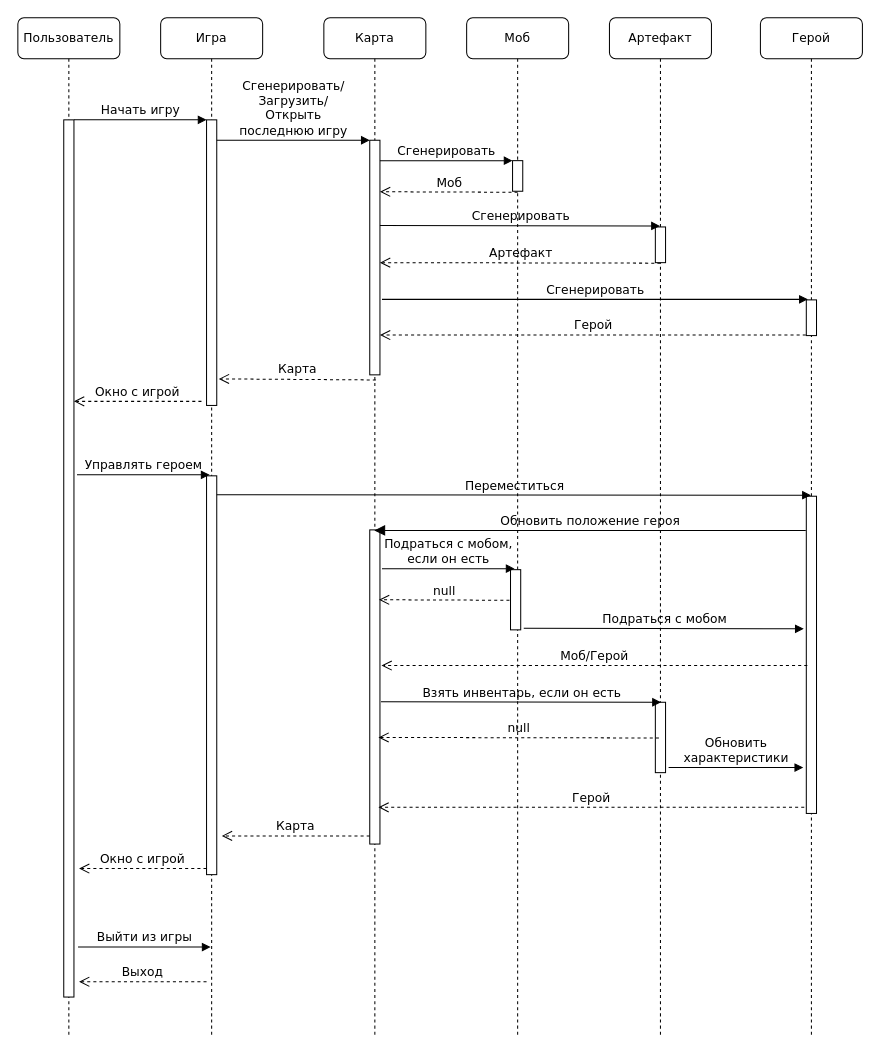
Above: docs/src/sequenceDiagram.drawio in RAF96/au-2019-Roguelike (draw.io), before the change. Source tidied: cells renumbered, new cells numbered last; positions are measured from the earlier drawing's top-left corner, leaving out a move shared by most shapes. Both pictures are drawn from the tidied source at 102%, with x=0, y=0 at pixel (17, 17).
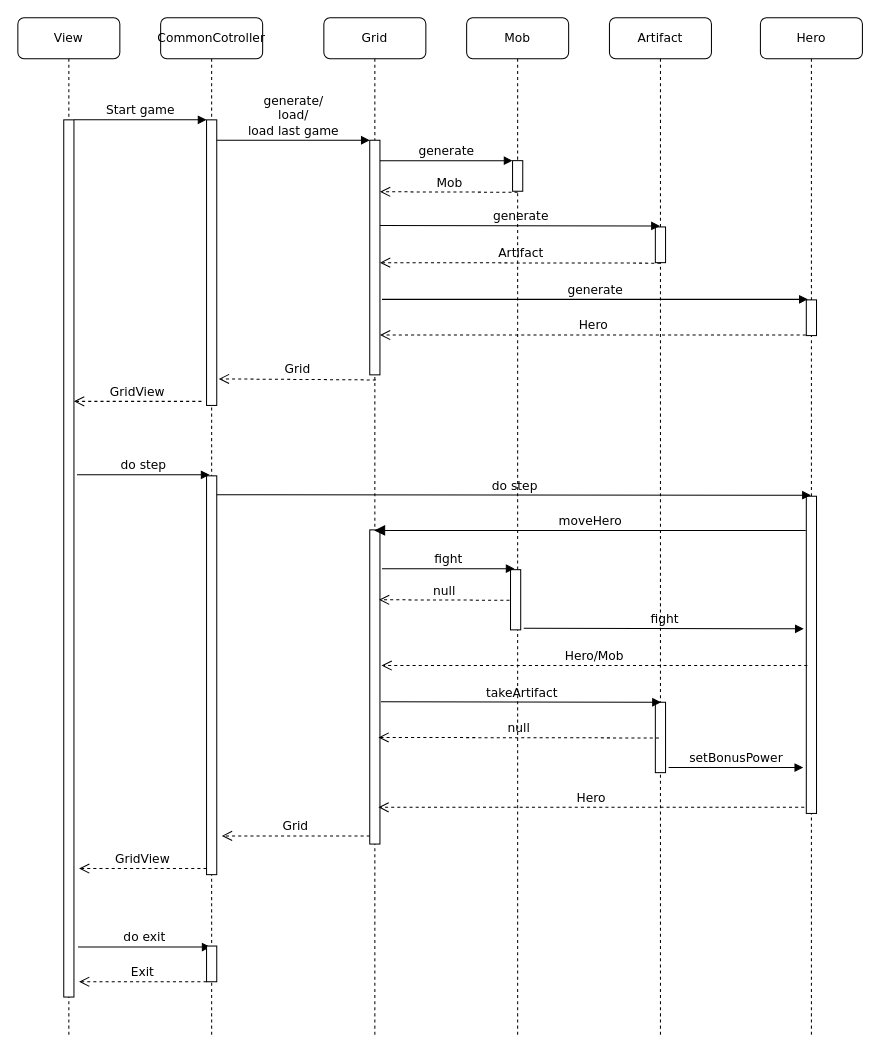
The same diagram, later.

The change refers to these unchanged cells:
```xml
<mxCell id="3" style="html=1;points=[];perimeter=orthogonalPerimeter;rounded=0;shadow=0;comic=0;labelBackgroundColor=none;strokeColor=#000000;strokeWidth=1;fillColor=#FFFFFF;fontFamily=Verdana;fontSize=12;fontColor=#000000;align=center;" parent="2" vertex="1">
  <mxGeometry x="45" y="100" width="10" height="280" as="geometry" />
</mxCell>
<mxCell id="6" style="html=1;points=[];perimeter=orthogonalPerimeter;rounded=0;shadow=0;comic=0;labelBackgroundColor=none;strokeColor=#000000;strokeWidth=1;fillColor=#FFFFFF;fontFamily=Verdana;fontSize=12;fontColor=#000000;align=center;" parent="5" vertex="1">
  <mxGeometry x="45" y="120" width="10" height="230" as="geometry" />
</mxCell>
<mxCell id="17" style="html=1;points=[];perimeter=orthogonalPerimeter;rounded=0;shadow=0;comic=0;labelBackgroundColor=none;strokeColor=#000000;strokeWidth=1;fillColor=#FFFFFF;fontFamily=Verdana;fontSize=12;fontColor=#000000;align=center;" parent="16" vertex="1">
  <mxGeometry x="45" y="100" width="10" height="860" as="geometry" />
</mxCell>
<mxCell id="18" style="html=1;points=[];perimeter=orthogonalPerimeter;rounded=0;shadow=0;comic=0;labelBackgroundColor=none;strokeColor=#000000;strokeWidth=1;fillColor=#FFFFFF;fontFamily=Verdana;fontSize=12;fontColor=#000000;align=center;" parent="1" vertex="1">
  <mxGeometry x="485" y="140" width="10" height="30" as="geometry" />
</mxCell>
```

Diff of the diagram source:
```diff
@@
-    <mxCell id="2" value="Игра" style="shape=umlLifeline;perimeter=lifelinePerimeter;whiteSpace=wrap;html=1;rounded=1;shadow=0;comic=0;labelBackgroundColor=none;strokeColor=#000000;strokeWidth=1;fillColor=#FFFFFF;fontFamily=Verdana;fontSize=12;fontColor=#000000;align=center;" parent="1" vertex="1">
+    <mxCell id="2" value="CommonCotroller" style="shape=umlLifeline;perimeter=lifelinePerimeter;whiteSpace=wrap;html=1;rounded=1;shadow=0;comic=0;labelBackgroundColor=none;strokeColor=#000000;strokeWidth=1;fillColor=#FFFFFF;fontFamily=Verdana;fontSize=12;fontColor=#000000;align=center;" parent="1" vertex="1">
       <mxGeometry x="140" width="100" height="1000" as="geometry" />
     </mxCell>
@@
-    <mxCell id="5" value="Карта" style="shape=umlLifeline;perimeter=lifelinePerimeter;whiteSpace=wrap;html=1;rounded=1;shadow=0;comic=0;labelBackgroundColor=none;strokeColor=#000000;strokeWidth=1;fillColor=#FFFFFF;fontFamily=Verdana;fontSize=12;fontColor=#000000;align=center;" parent="1" vertex="1">
+    <mxCell id="5" value="Grid" style="shape=umlLifeline;perimeter=lifelinePerimeter;whiteSpace=wrap;html=1;rounded=1;shadow=0;comic=0;labelBackgroundColor=none;strokeColor=#000000;strokeWidth=1;fillColor=#FFFFFF;fontFamily=Verdana;fontSize=12;fontColor=#000000;align=center;" parent="1" vertex="1">
       <mxGeometry x="300" width="100" height="1000" as="geometry" />
     </mxCell>
@@
-    <mxCell id="8" value="Герой" style="shape=umlLifeline;perimeter=lifelinePerimeter;whiteSpace=wrap;html=1;rounded=1;shadow=0;comic=0;labelBackgroundColor=none;strokeColor=#000000;strokeWidth=1;fillColor=#FFFFFF;fontFamily=Verdana;fontSize=12;fontColor=#000000;align=center;" parent="1" vertex="1">
+    <mxCell id="8" value="Hero" style="shape=umlLifeline;perimeter=lifelinePerimeter;whiteSpace=wrap;html=1;rounded=1;shadow=0;comic=0;labelBackgroundColor=none;strokeColor=#000000;strokeWidth=1;fillColor=#FFFFFF;fontFamily=Verdana;fontSize=12;fontColor=#000000;align=center;" parent="1" vertex="1">
       <mxGeometry x="728" width="100" height="1000" as="geometry" />
     </mxCell>
@@
-    <mxCell id="11" value="Артефакт" style="shape=umlLifeline;perimeter=lifelinePerimeter;whiteSpace=wrap;html=1;rounded=1;shadow=0;comic=0;labelBackgroundColor=none;strokeColor=#000000;strokeWidth=1;fillColor=#FFFFFF;fontFamily=Verdana;fontSize=12;fontColor=#000000;align=center;" parent="1" vertex="1">
+    <mxCell id="11" value="Artifact" style="shape=umlLifeline;perimeter=lifelinePerimeter;whiteSpace=wrap;html=1;rounded=1;shadow=0;comic=0;labelBackgroundColor=none;strokeColor=#000000;strokeWidth=1;fillColor=#FFFFFF;fontFamily=Verdana;fontSize=12;fontColor=#000000;align=center;" parent="1" vertex="1">
       <mxGeometry x="580" width="100" height="1000" as="geometry" />
     </mxCell>
@@
-    <mxCell id="14" value="Моб" style="shape=umlLifeline;perimeter=lifelinePerimeter;whiteSpace=wrap;html=1;rounded=1;shadow=0;comic=0;labelBackgroundColor=none;strokeColor=#000000;strokeWidth=1;fillColor=#FFFFFF;fontFamily=Verdana;fontSize=12;fontColor=#000000;align=center;" parent="1" vertex="1">
+    <mxCell id="14" value="Mob" style="shape=umlLifeline;perimeter=lifelinePerimeter;whiteSpace=wrap;html=1;rounded=1;shadow=0;comic=0;labelBackgroundColor=none;strokeColor=#000000;strokeWidth=1;fillColor=#FFFFFF;fontFamily=Verdana;fontSize=12;fontColor=#000000;align=center;" parent="1" vertex="1">
       <mxGeometry x="440" width="100" height="1000" as="geometry" />
     </mxCell>
@@
-    <mxCell id="16" value="Пользователь" style="shape=umlLifeline;perimeter=lifelinePerimeter;whiteSpace=wrap;html=1;rounded=1;shadow=0;comic=0;labelBackgroundColor=none;strokeColor=#000000;strokeWidth=1;fillColor=#FFFFFF;fontFamily=Verdana;fontSize=12;fontColor=#000000;align=center;" parent="1" vertex="1">
+    <mxCell id="16" value="View" style="shape=umlLifeline;perimeter=lifelinePerimeter;whiteSpace=wrap;html=1;rounded=1;shadow=0;comic=0;labelBackgroundColor=none;strokeColor=#000000;strokeWidth=1;fillColor=#FFFFFF;fontFamily=Verdana;fontSize=12;fontColor=#000000;align=center;" parent="1" vertex="1">
       <mxGeometry width="100" height="1000" as="geometry" />
     </mxCell>
@@
-    <mxCell id="19" value="Сгенерировать" style="html=1;verticalAlign=bottom;endArrow=block;labelBackgroundColor=none;fontFamily=Verdana;fontSize=12;edgeStyle=elbowEdgeStyle;elbow=vertical;" parent="1" edge="1" source="6" target="18">
+    <mxCell id="19" value="generate" style="html=1;verticalAlign=bottom;endArrow=block;labelBackgroundColor=none;fontFamily=Verdana;fontSize=12;edgeStyle=elbowEdgeStyle;elbow=vertical;" parent="1" edge="1" source="6" target="18">
       <mxGeometry relative="1" as="geometry">
         <Array as="points">
           <mxPoint x="360" y="140" />
         </Array>
       </mxGeometry>
     </mxCell>
-    <mxCell id="20" value="Начать игру" style="html=1;verticalAlign=bottom;endArrow=block;entryX=0;entryY=0;labelBackgroundColor=none;fontFamily=Verdana;fontSize=12;edgeStyle=elbowEdgeStyle;elbow=vertical;" parent="1" edge="1" source="17" target="3">
+    <mxCell id="20" value="Start game" style="html=1;verticalAlign=bottom;endArrow=block;entryX=0;entryY=0;labelBackgroundColor=none;fontFamily=Verdana;fontSize=12;edgeStyle=elbowEdgeStyle;elbow=vertical;" parent="1" edge="1" source="17" target="3">
       <mxGeometry relative="1" as="geometry" />
     </mxCell>
-    <mxCell id="21" value="Сгенерировать/&lt;br&gt;Загрузить/&lt;br&gt;Открыть &lt;br&gt;последнюю игру" style="html=1;verticalAlign=bottom;endArrow=block;entryX=0;entryY=0;labelBackgroundColor=none;fontFamily=Verdana;fontSize=12;edgeStyle=elbowEdgeStyle;elbow=vertical;" parent="1" edge="1" source="3" target="6">
+    <mxCell id="21" value="generate/&lt;br&gt;load/&lt;br&gt;load last game&lt;br&gt;" style="html=1;verticalAlign=bottom;endArrow=block;entryX=0;entryY=0;labelBackgroundColor=none;fontFamily=Verdana;fontSize=12;edgeStyle=elbowEdgeStyle;elbow=vertical;" parent="1" edge="1" source="3" target="6">
       <mxGeometry relative="1" as="geometry" />
     </mxCell>
-    <mxCell id="22" value="Сгенерировать" style="html=1;verticalAlign=bottom;endArrow=block;labelBackgroundColor=none;fontFamily=Verdana;fontSize=12;edgeStyle=elbowEdgeStyle;elbow=vertical;" parent="1" edge="1">
+    <mxCell id="22" value="generate" style="html=1;verticalAlign=bottom;endArrow=block;labelBackgroundColor=none;fontFamily=Verdana;fontSize=12;edgeStyle=elbowEdgeStyle;elbow=vertical;" parent="1" edge="1">
       <mxGeometry relative="1" as="geometry">
         <mxPoint x="355" y="203.5" as="sourcePoint" />
         <mxPoint x="629.5" y="204" as="targetPoint" />
         <Array as="points">
           <mxPoint x="620" y="204" />
         </Array>
       </mxGeometry>
     </mxCell>
-    <mxCell id="23" value="Моб" style="html=1;verticalAlign=bottom;endArrow=open;dashed=1;endSize=8;labelBackgroundColor=none;fontFamily=Verdana;fontSize=12;edgeStyle=elbowEdgeStyle;elbow=vertical;" parent="1" edge="1">
+    <mxCell id="23" value="Mob" style="html=1;verticalAlign=bottom;endArrow=open;dashed=1;endSize=8;labelBackgroundColor=none;fontFamily=Verdana;fontSize=12;edgeStyle=elbowEdgeStyle;elbow=vertical;" parent="1" edge="1">
       <mxGeometry relative="1" as="geometry">
         <mxPoint x="490" y="171" as="sourcePoint" />
         <mxPoint x="355" y="171" as="targetPoint" />
         <Array as="points">
           <mxPoint x="465" y="170.5" />
         </Array>
       </mxGeometry>
     </mxCell>
-    <mxCell id="24" value="Артефакт" style="html=1;verticalAlign=bottom;endArrow=open;dashed=1;endSize=8;labelBackgroundColor=none;fontFamily=Verdana;fontSize=12;edgeStyle=elbowEdgeStyle;elbow=vertical;" parent="1" edge="1" target="6">
+    <mxCell id="24" value="Artifact" style="html=1;verticalAlign=bottom;endArrow=open;dashed=1;endSize=8;labelBackgroundColor=none;fontFamily=Verdana;fontSize=12;edgeStyle=elbowEdgeStyle;elbow=vertical;" parent="1" edge="1" target="6">
       <mxGeometry relative="1" as="geometry">
         <mxPoint x="630" y="240.5" as="sourcePoint" />
         <Array as="points">
           <mxPoint x="605" y="240" />
         </Array>
       </mxGeometry>
     </mxCell>
-    <mxCell id="25" value="Сгенерировать" style="html=1;verticalAlign=bottom;endArrow=block;labelBackgroundColor=none;fontFamily=Verdana;fontSize=12;edgeStyle=elbowEdgeStyle;elbow=vertical;" parent="1" edge="1">
+    <mxCell id="25" value="generate" style="html=1;verticalAlign=bottom;endArrow=block;labelBackgroundColor=none;fontFamily=Verdana;fontSize=12;edgeStyle=elbowEdgeStyle;elbow=vertical;" parent="1" edge="1">
       <mxGeometry relative="1" as="geometry">
         <mxPoint x="357" y="276" as="sourcePoint" />
         <mxPoint x="774.5" y="276" as="targetPoint" />
       </mxGeometry>
     </mxCell>
-    <mxCell id="26" value="Герой" style="html=1;verticalAlign=bottom;endArrow=open;dashed=1;endSize=8;labelBackgroundColor=none;fontFamily=Verdana;fontSize=12;edgeStyle=elbowEdgeStyle;elbow=vertical;" parent="1" edge="1">
+    <mxCell id="26" value="Hero" style="html=1;verticalAlign=bottom;endArrow=open;dashed=1;endSize=8;labelBackgroundColor=none;fontFamily=Verdana;fontSize=12;edgeStyle=elbowEdgeStyle;elbow=vertical;" parent="1" edge="1">
       <mxGeometry relative="1" as="geometry">
         <mxPoint x="772.5" y="311" as="sourcePoint" />
         <mxPoint x="355" y="311" as="targetPoint" />
         <Array as="points">
           <mxPoint x="605" y="311" />
         </Array>
       </mxGeometry>
     </mxCell>
-    <mxCell id="27" value="Окно с игрой" style="html=1;verticalAlign=bottom;endArrow=open;dashed=1;endSize=8;labelBackgroundColor=none;fontFamily=Verdana;fontSize=12;" parent="1" edge="1">
+    <mxCell id="27" value="GridView" style="html=1;verticalAlign=bottom;endArrow=open;dashed=1;endSize=8;labelBackgroundColor=none;fontFamily=Verdana;fontSize=12;" parent="1" edge="1">
       <mxGeometry relative="1" as="geometry">
         <mxPoint x="180" y="376" as="sourcePoint" />
         <mxPoint x="55" y="376" as="targetPoint" />
       </mxGeometry>
     </mxCell>
-    <mxCell id="28" value="Управлять героем" style="html=1;verticalAlign=bottom;endArrow=block;entryX=0;entryY=0;labelBackgroundColor=none;fontFamily=Verdana;fontSize=12;edgeStyle=elbowEdgeStyle;elbow=vertical;" parent="1" edge="1">
+    <mxCell id="28" value="&lt;br&gt;do step&lt;br&gt;" style="html=1;verticalAlign=bottom;endArrow=block;entryX=0;entryY=0;labelBackgroundColor=none;fontFamily=Verdana;fontSize=12;edgeStyle=elbowEdgeStyle;elbow=vertical;" parent="1" edge="1">
       <mxGeometry relative="1" as="geometry">
         <mxPoint x="58" y="448" as="sourcePoint" />
         <mxPoint x="188" y="448" as="targetPoint" />
       </mxGeometry>
     </mxCell>
-    <mxCell id="29" value="Переместиться" style="html=1;verticalAlign=bottom;endArrow=block;labelBackgroundColor=none;fontFamily=Verdana;fontSize=12;edgeStyle=elbowEdgeStyle;elbow=vertical;" parent="1" edge="1">
+    <mxCell id="29" value="do step" style="html=1;verticalAlign=bottom;endArrow=block;labelBackgroundColor=none;fontFamily=Verdana;fontSize=12;edgeStyle=elbowEdgeStyle;elbow=vertical;" parent="1" edge="1">
       <mxGeometry relative="1" as="geometry">
         <mxPoint x="195" y="467.5" as="sourcePoint" />
         <mxPoint x="777.5" y="468" as="targetPoint" />
         <Array as="points">
           <mxPoint x="460" y="468" />
         </Array>
       </mxGeometry>
     </mxCell>
-    <mxCell id="30" value="Обновить положение героя" style="html=1;verticalAlign=bottom;endArrow=block;endSize=8;labelBackgroundColor=none;fontFamily=Verdana;fontSize=12;edgeStyle=elbowEdgeStyle;elbow=vertical;endFill=1;" parent="1" edge="1">
+    <mxCell id="30" value="moveHero" style="html=1;verticalAlign=bottom;endArrow=block;endSize=8;labelBackgroundColor=none;fontFamily=Verdana;fontSize=12;edgeStyle=elbowEdgeStyle;elbow=vertical;endFill=1;" parent="1" edge="1">
       <mxGeometry relative="1" as="geometry">
         <mxPoint x="772.5" y="502.5" as="sourcePoint" />
         <mxPoint x="349.5" y="502.5" as="targetPoint" />
         <Array as="points">
           <mxPoint x="605" y="502.5" />
         </Array>
       </mxGeometry>
     </mxCell>
-    <mxCell id="31" value="Карта" style="html=1;verticalAlign=bottom;endArrow=open;dashed=1;endSize=8;labelBackgroundColor=none;fontFamily=Verdana;fontSize=12;" parent="1" edge="1">
+    <mxCell id="31" value="Grid" style="html=1;verticalAlign=bottom;endArrow=open;dashed=1;endSize=8;labelBackgroundColor=none;fontFamily=Verdana;fontSize=12;" parent="1" edge="1">
       <mxGeometry relative="1" as="geometry">
         <mxPoint x="345" y="802" as="sourcePoint" />
         <mxPoint x="200" y="802" as="targetPoint" />
       </mxGeometry>
     </mxCell>
-    <mxCell id="32" value="Подраться с мобом,&lt;br&gt; если он есть" style="html=1;verticalAlign=bottom;endArrow=block;labelBackgroundColor=none;fontFamily=Verdana;fontSize=12;edgeStyle=elbowEdgeStyle;elbow=vertical;" parent="1" edge="1">
+    <mxCell id="32" value="fight" style="html=1;verticalAlign=bottom;endArrow=block;labelBackgroundColor=none;fontFamily=Verdana;fontSize=12;edgeStyle=elbowEdgeStyle;elbow=vertical;" parent="1" edge="1">
       <mxGeometry relative="1" as="geometry">
         <mxPoint x="357" y="540" as="sourcePoint" />
         <mxPoint x="487" y="540" as="targetPoint" />
         <Array as="points">
           <mxPoint x="362" y="540" />
         </Array>
       </mxGeometry>
     </mxCell>
@@
-    <mxCell id="34" value="Взять инвентарь, если он есть" style="html=1;verticalAlign=bottom;endArrow=block;labelBackgroundColor=none;fontFamily=Verdana;fontSize=12;edgeStyle=elbowEdgeStyle;elbow=vertical;" parent="1" edge="1">
+    <mxCell id="34" value="takeArtifact" style="html=1;verticalAlign=bottom;endArrow=block;labelBackgroundColor=none;fontFamily=Verdana;fontSize=12;edgeStyle=elbowEdgeStyle;elbow=vertical;" parent="1" edge="1">
       <mxGeometry relative="1" as="geometry">
         <mxPoint x="356" y="670.5" as="sourcePoint" />
         <mxPoint x="630.5" y="671" as="targetPoint" />
         <Array as="points">
           <mxPoint x="621" y="671" />
         </Array>
       </mxGeometry>
     </mxCell>
@@
-    <mxCell id="36" value="Герой" style="html=1;verticalAlign=bottom;endArrow=open;dashed=1;endSize=8;labelBackgroundColor=none;fontFamily=Verdana;fontSize=12;edgeStyle=elbowEdgeStyle;elbow=vertical;" parent="1" edge="1">
+    <mxCell id="36" value="Hero&lt;br&gt;" style="html=1;verticalAlign=bottom;endArrow=open;dashed=1;endSize=8;labelBackgroundColor=none;fontFamily=Verdana;fontSize=12;edgeStyle=elbowEdgeStyle;elbow=vertical;" parent="1" edge="1">
       <mxGeometry relative="1" as="geometry">
         <mxPoint x="771" y="774" as="sourcePoint" />
         <mxPoint x="353.5" y="774" as="targetPoint" />
         <Array as="points">
           <mxPoint x="603.5" y="774" />
         </Array>
       </mxGeometry>
     </mxCell>
-    <mxCell id="37" value="Подраться с мобом" style="html=1;verticalAlign=bottom;endArrow=block;labelBackgroundColor=none;fontFamily=Verdana;fontSize=12;edgeStyle=elbowEdgeStyle;elbow=vertical;" parent="1" edge="1">
+    <mxCell id="37" value="fight" style="html=1;verticalAlign=bottom;endArrow=block;labelBackgroundColor=none;fontFamily=Verdana;fontSize=12;edgeStyle=elbowEdgeStyle;elbow=vertical;" parent="1" edge="1">
       <mxGeometry relative="1" as="geometry">
         <mxPoint x="496" y="598.5" as="sourcePoint" />
         <mxPoint x="770.5" y="599" as="targetPoint" />
         <Array as="points">
           <mxPoint x="761" y="599" />
         </Array>
       </mxGeometry>
     </mxCell>
-    <mxCell id="38" value="Моб/Герой" style="html=1;verticalAlign=bottom;endArrow=open;dashed=1;endSize=8;labelBackgroundColor=none;fontFamily=Verdana;fontSize=12;edgeStyle=elbowEdgeStyle;elbow=vertical;" parent="1" edge="1">
+    <mxCell id="38" value="Hero/Mob" style="html=1;verticalAlign=bottom;endArrow=open;dashed=1;endSize=8;labelBackgroundColor=none;fontFamily=Verdana;fontSize=12;edgeStyle=elbowEdgeStyle;elbow=vertical;" parent="1" edge="1">
       <mxGeometry relative="1" as="geometry">
         <mxPoint x="774" y="635" as="sourcePoint" />
         <mxPoint x="356.5" y="635" as="targetPoint" />
         <Array as="points">
           <mxPoint x="606.5" y="635" />
         </Array>
       </mxGeometry>
     </mxCell>
-    <mxCell id="39" value="Обновить &lt;br&gt;характеристики" style="html=1;verticalAlign=bottom;endArrow=block;labelBackgroundColor=none;fontFamily=Verdana;fontSize=12;edgeStyle=elbowEdgeStyle;elbow=vertical;" parent="1" edge="1">
+    <mxCell id="39" value="setBonusPower" style="html=1;verticalAlign=bottom;endArrow=block;labelBackgroundColor=none;fontFamily=Verdana;fontSize=12;edgeStyle=elbowEdgeStyle;elbow=vertical;" parent="1" edge="1">
       <mxGeometry relative="1" as="geometry">
         <mxPoint x="638" y="735" as="sourcePoint" />
         <mxPoint x="770" y="735" as="targetPoint" />
         <Array as="points">
           <mxPoint x="643" y="735" />
         </Array>
       </mxGeometry>
     </mxCell>
-    <mxCell id="40" value="Карта" style="html=1;verticalAlign=bottom;endArrow=open;dashed=1;endSize=8;labelBackgroundColor=none;fontFamily=Verdana;fontSize=12;entryX=1.2;entryY=0.907;entryDx=0;entryDy=0;entryPerimeter=0;" parent="1" edge="1" target="3">
+    <mxCell id="40" value="Grid" style="html=1;verticalAlign=bottom;endArrow=open;dashed=1;endSize=8;labelBackgroundColor=none;fontFamily=Verdana;fontSize=12;entryX=1.2;entryY=0.907;entryDx=0;entryDy=0;entryPerimeter=0;" parent="1" edge="1" target="3">
       <mxGeometry relative="1" as="geometry">
         <mxPoint x="351" y="355" as="sourcePoint" />
       </mxGeometry>
     </mxCell>
-    <mxCell id="41" value="Окно с игрой" style="html=1;verticalAlign=bottom;endArrow=open;dashed=1;endSize=8;labelBackgroundColor=none;fontFamily=Verdana;fontSize=12;" parent="1" edge="1">
+    <mxCell id="41" value="GridView" style="html=1;verticalAlign=bottom;endArrow=open;dashed=1;endSize=8;labelBackgroundColor=none;fontFamily=Verdana;fontSize=12;" parent="1" edge="1">
       <mxGeometry relative="1" as="geometry">
         <mxPoint x="185" y="834" as="sourcePoint" />
         <mxPoint x="60" y="834" as="targetPoint" />
       </mxGeometry>
     </mxCell>
-    <mxCell id="42" value="Выйти из игры" style="html=1;verticalAlign=bottom;endArrow=block;entryX=0;entryY=0;labelBackgroundColor=none;fontFamily=Verdana;fontSize=12;edgeStyle=elbowEdgeStyle;elbow=vertical;" parent="1" edge="1">
+    <mxCell id="42" value="do exit" style="html=1;verticalAlign=bottom;endArrow=block;entryX=0;entryY=0;labelBackgroundColor=none;fontFamily=Verdana;fontSize=12;edgeStyle=elbowEdgeStyle;elbow=vertical;" parent="1" edge="1">
       <mxGeometry relative="1" as="geometry">
         <mxPoint x="59" y="911" as="sourcePoint" />
         <mxPoint x="189" y="911" as="targetPoint" />
       </mxGeometry>
     </mxCell>
-    <mxCell id="43" value="Выход" style="html=1;verticalAlign=bottom;endArrow=open;dashed=1;endSize=8;labelBackgroundColor=none;fontFamily=Verdana;fontSize=12;" parent="1" edge="1">
+    <mxCell id="43" value="Exit&lt;br&gt;" style="html=1;verticalAlign=bottom;endArrow=open;dashed=1;endSize=8;labelBackgroundColor=none;fontFamily=Verdana;fontSize=12;" parent="1" edge="1">
       <mxGeometry relative="1" as="geometry">
         <mxPoint x="185" y="945" as="sourcePoint" />
         <mxPoint x="60" y="945" as="targetPoint" />
       </mxGeometry>
     </mxCell>
+    <mxCell id="44" style="html=1;perimeter=orthogonalPerimeter;rounded=0;shadow=0;comic=0;labelBackgroundColor=none;strokeColor=#000000;strokeWidth=1;fillColor=#FFFFFF;fontFamily=Verdana;fontSize=12;fontColor=#000000;align=center;" parent="1" vertex="1">
+      <mxGeometry x="185" y="910" width="10" height="35" as="geometry" />
+    </mxCell>
```
